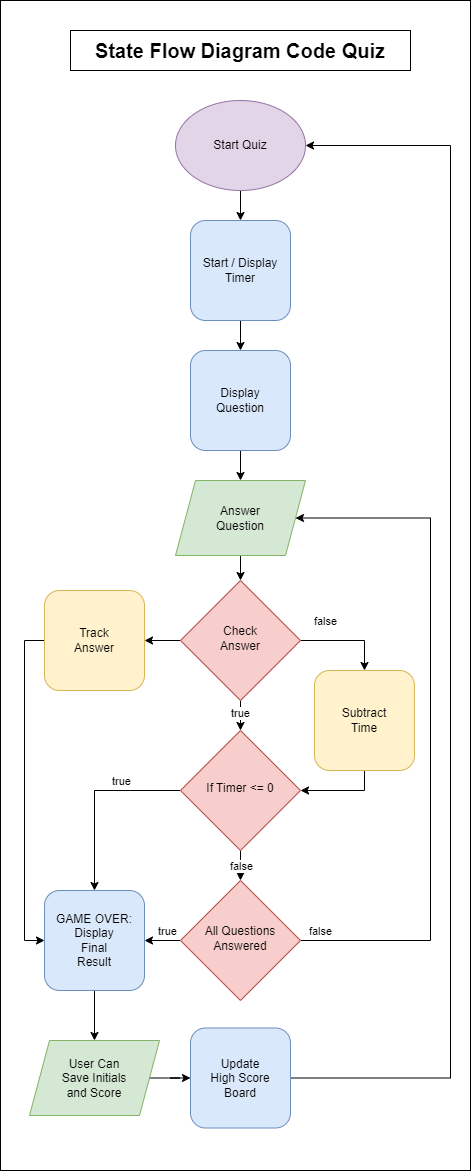
naturuplift/CodeQuiz keeps this draw.io diagram as Assets/img/Code Quiz State Diagram v3.png. Above is the earlier version. Source tidied: cells renumbered, new cells last; positions are measured from the earlier drawing's top-left corner, leaving out a move shared by most shapes.
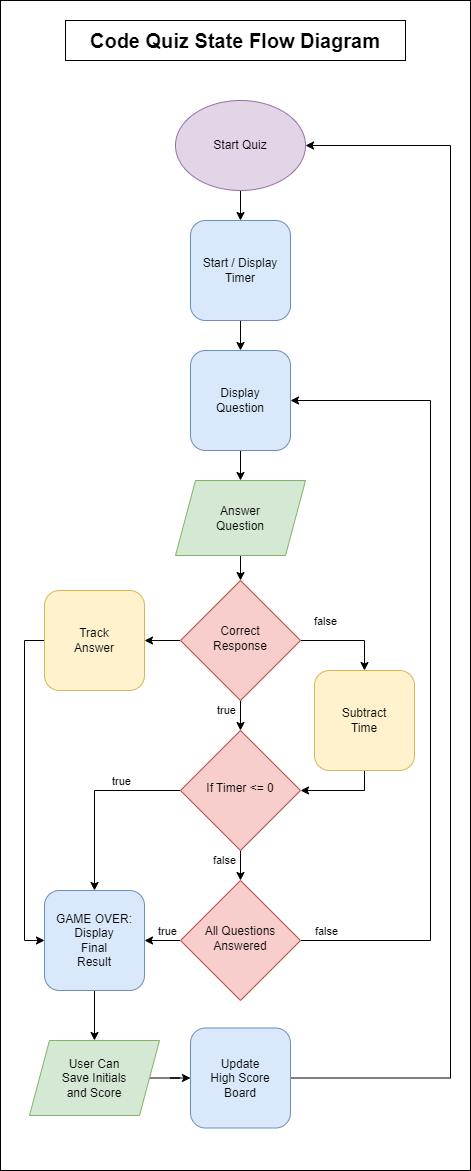
Above is the later version.

Commit message:
edit state diagram

Change to the diagram source:
```diff
@@ -20,12 +20,14 @@
       <mxGeometry relative="1" as="geometry" />
     </mxCell>
     <mxCell id="7" value="true" style="edgeLabel;html=1;align=center;verticalAlign=middle;" parent="6" vertex="1">
-      <mxGeometry x="-0.2" y="-1" relative="1" as="geometry" />
+      <mxGeometry x="-0.2" y="-1" relative="1" as="geometry">
+        <mxPoint x="-14" y="-3" as="offset" />
+      </mxGeometry>
     </mxCell>
     <mxCell id="8" style="edgeStyle=orthogonalEdgeStyle;rounded=0;jettySize=auto;html=1;exitX=0;exitY=0.5;exitDx=0;exitDy=0;entryX=1;entryY=0.5;entryDx=0;entryDy=0;" parent="1" edge="1" source="9" target="35">
       <mxGeometry relative="1" as="geometry" />
     </mxCell>
-    <mxCell id="9" value="Check&lt;br&gt;Answer" style="rhombus;whiteSpace=wrap;html=1;shadow=0;fontFamily=Helvetica;fontSize=12;align=center;strokeWidth=1;spacing=6;spacingTop=-4;fillColor=#f8cecc;strokeColor=#b85450;" parent="1" vertex="1">
+    <mxCell id="9" value="Correct&lt;br&gt;Response" style="rhombus;whiteSpace=wrap;html=1;shadow=0;fontFamily=Helvetica;fontSize=12;align=center;strokeWidth=1;spacing=6;spacingTop=-4;fillColor=#f8cecc;strokeColor=#b85450;" parent="1" vertex="1">
       <mxGeometry x="180" y="580" width="120" height="120" as="geometry" />
     </mxCell>
     <mxCell id="10" style="edgeStyle=orthogonalEdgeStyle;rounded=0;jettySize=auto;html=1;exitX=0;exitY=0.5;exitDx=0;exitDy=0;entryX=1;entryY=0.5;entryDx=0;entryDy=0;" parent="1" edge="1" source="14" target="25">
@@ -36,11 +38,11 @@
         <mxPoint y="-10" as="offset" />
       </mxGeometry>
     </mxCell>
-    <mxCell id="12" style="edgeStyle=orthogonalEdgeStyle;rounded=0;jettySize=auto;html=1;exitX=1;exitY=0.5;exitDx=0;exitDy=0;entryX=1;entryY=0.5;entryDx=0;entryDy=0;" parent="1" edge="1" source="14" target="31">
+    <mxCell id="12" style="edgeStyle=orthogonalEdgeStyle;rounded=0;jettySize=auto;html=1;exitX=1;exitY=0.5;exitDx=0;exitDy=0;entryX=1;entryY=0.5;entryDx=0;entryDy=0;" parent="1" edge="1" source="14" target="23">
       <mxGeometry relative="1" as="geometry">
         <Array as="points">
           <mxPoint x="430" y="940" />
-          <mxPoint x="430" y="518" />
+          <mxPoint x="430" y="400" />
         </Array>
       </mxGeometry>
     </mxCell>
@@ -56,7 +58,9 @@
       <mxGeometry relative="1" as="geometry" />
     </mxCell>
     <mxCell id="16" value="false" style="edgeLabel;html=1;align=center;verticalAlign=middle;" parent="15" vertex="1">
-      <mxGeometry relative="1" as="geometry" />
+      <mxGeometry relative="1" as="geometry">
+        <mxPoint x="-17" y="-6" as="offset" />
+      </mxGeometry>
     </mxCell>
     <mxCell id="17" style="edgeStyle=orthogonalEdgeStyle;rounded=0;jettySize=auto;html=1;exitX=0;exitY=0.5;exitDx=0;exitDy=0;entryX=0.5;entryY=0;entryDx=0;entryDy=0;" parent="1" edge="1" source="19" target="25">
       <mxGeometry relative="1" as="geometry" />
@@ -87,8 +91,8 @@
     <mxCell id="25" value="GAME OVER:&lt;br&gt;Display&lt;br&gt;Final&lt;br&gt;Result" style="rounded=1;whiteSpace=wrap;html=1;fontSize=12;glass=0;strokeWidth=1;shadow=0;fillColor=#dae8fc;strokeColor=#6c8ebf;" parent="1" vertex="1">
       <mxGeometry x="44" y="890" width="100" height="100" as="geometry" />
     </mxCell>
-    <mxCell id="26" value="&lt;b&gt;&lt;font style=&quot;font-size: 20px;&quot;&gt;State Flow Diagram Code Quiz&lt;/font&gt;&lt;/b&gt;" style="rounded=0;whiteSpace=wrap;html=1;" parent="1" vertex="1">
-      <mxGeometry x="70" y="30" width="340" height="40" as="geometry" />
+    <mxCell id="26" value="&lt;b&gt;&lt;font style=&quot;font-size: 20px;&quot;&gt;Code Quiz State Flow Diagram&lt;/font&gt;&lt;/b&gt;" style="rounded=0;whiteSpace=wrap;html=1;" parent="1" vertex="1">
+      <mxGeometry x="65" y="20" width="340" height="40" as="geometry" />
     </mxCell>
     <mxCell id="27" style="edgeStyle=orthogonalEdgeStyle;rounded=0;jettySize=auto;html=1;exitX=0.5;exitY=1;exitDx=0;exitDy=0;entryX=0.5;entryY=0;entryDx=0;entryDy=0;" parent="1" edge="1" source="28" target="23">
       <mxGeometry relative="1" as="geometry" />
```
